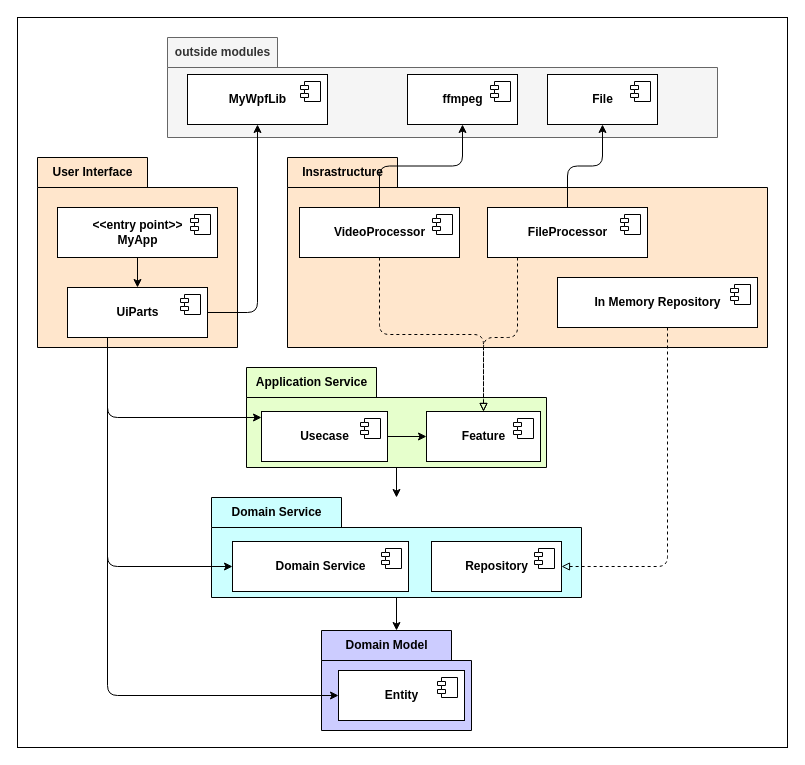
bosssanovar/MyVideoSoucePreProcessor keeps this draw.io diagram as page "コンポーネント図" (1 of 3) of Documents/SoftwareArchitecureDesign/SoftwareArchitecureDesign.drawio. Above is the earlier version. Source tidied: cells renumbered, new cells numbered last; positions are measured from the earlier drawing's top-left corner, leaving out a move shared by most shapes. Both pictures are drawn from the tidied source at 100%, with x=0, y=0 at pixel (17, 17).
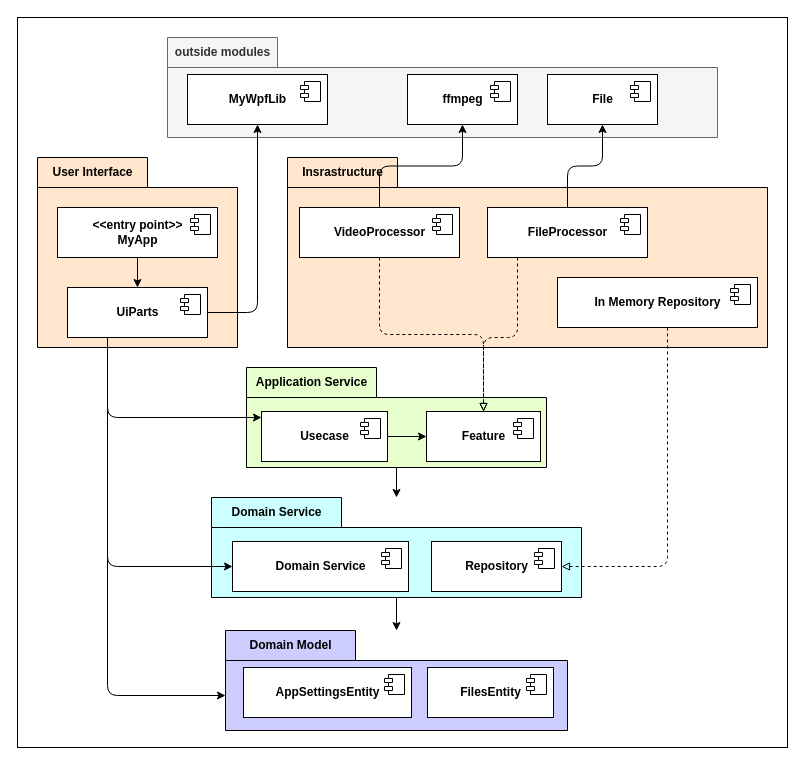
The same diagram, later.

The change refers to these unchanged cells:
```xml
<mxCell id="5" value="&lt;b&gt;UiParts&lt;/b&gt;" style="html=1;" parent="3" vertex="1">
  <mxGeometry x="30" y="130" width="140" height="50" as="geometry" />
</mxCell>
```

Diff of the diagram source:
```diff
@@
     <mxCell id="33" value="Domain Model" style="shape=folder;fontStyle=1;tabWidth=130;tabHeight=30;tabPosition=left;html=1;boundedLbl=1;labelInHeader=1;fillColor=#CCCCFF;gradientColor=none;" parent="1" vertex="1">
-      <mxGeometry x="304" y="613" width="150" height="100" as="geometry" />
+      <mxGeometry x="208" y="613" width="342" height="100" as="geometry" />
     </mxCell>
     <mxCell id="34" style="html=1;strokeColor=none;fillColor=none;" parent="33" vertex="1">
-      <mxGeometry width="150" height="70" relative="1" as="geometry">
+      <mxGeometry width="342" height="70" relative="1" as="geometry">
         <mxPoint y="30" as="offset" />
       </mxGeometry>
     </mxCell>
-    <mxCell id="35" value="&lt;b&gt;Entity&lt;/b&gt;" style="html=1;" parent="33" vertex="1">
-      <mxGeometry x="17" y="40" width="126" height="50" as="geometry" />
+    <mxCell id="35" value="&lt;b&gt;AppSettingsEntity&lt;/b&gt;" style="html=1;" parent="33" vertex="1">
+      <mxGeometry x="18" y="37" width="168" height="50" as="geometry" />
     </mxCell>
@@
+    <mxCell id="54" value="&lt;b&gt;FilesEntity&lt;/b&gt;" style="html=1;" parent="33" vertex="1">
+      <mxGeometry x="202" y="37" width="126" height="50" as="geometry" />
+    </mxCell>
+    <mxCell id="55" style="shape=module;jettyWidth=8;jettyHeight=4;strokeColor=default;fillColor=default;gradientColor=none;" parent="54" vertex="1">
+      <mxGeometry x="1" width="20" height="20" relative="1" as="geometry">
+        <mxPoint x="-27" y="7" as="offset" />
+      </mxGeometry>
+    </mxCell>
@@
-    <mxCell id="53" style="edgeStyle=orthogonalEdgeStyle;html=1;endArrow=classic;endFill=1;" parent="1" edge="1" source="5" target="35">
+    <mxCell id="53" style="edgeStyle=orthogonalEdgeStyle;html=1;endArrow=classic;endFill=1;" parent="1" edge="1" source="5" target="33">
       <mxGeometry relative="1" as="geometry">
         <Array as="points">
           <mxPoint x="90" y="678" />
         </Array>
       </mxGeometry>
     </mxCell>
```
